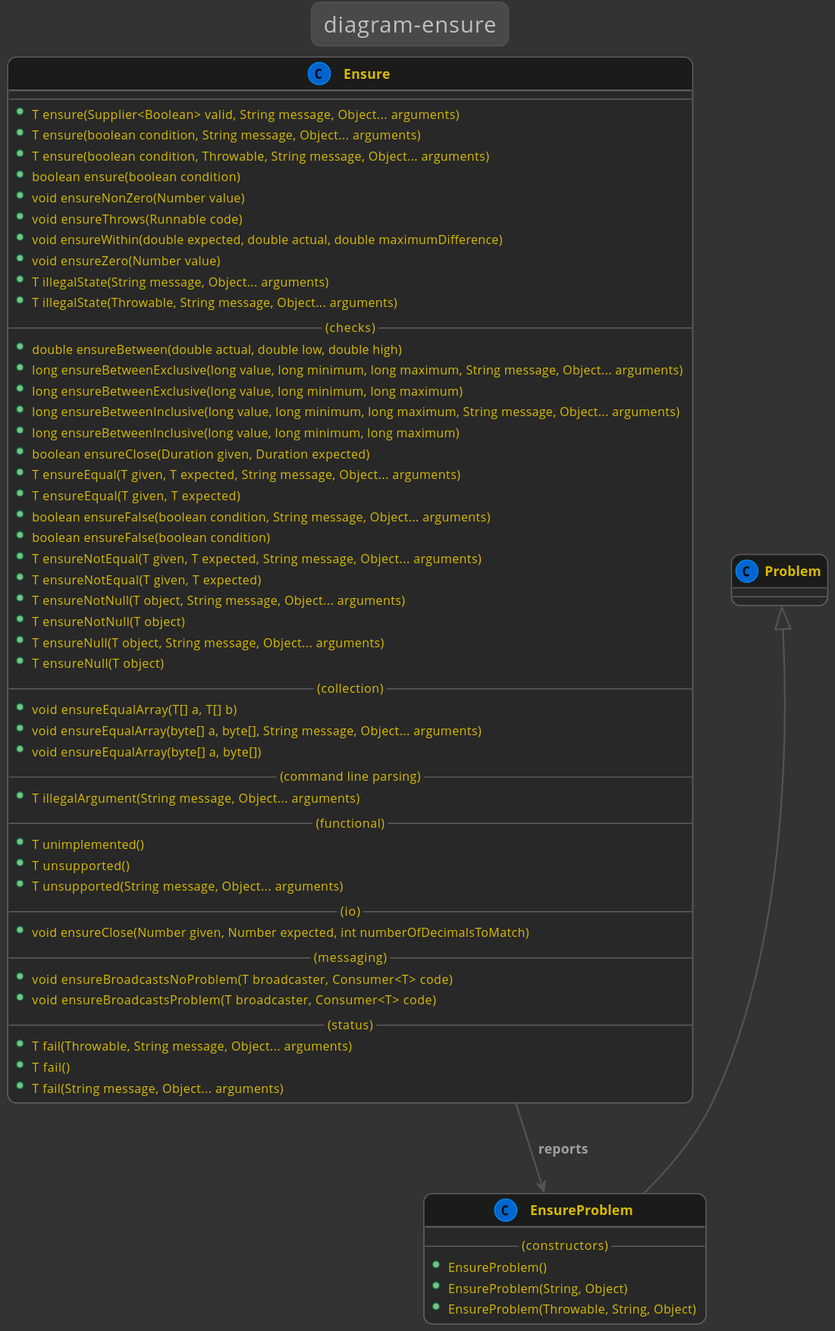
The PlantUML diagram docs/1.15.0/lexakai/kivakit-core/documentation/diagrams/diagram-ensure.svg in Telenav/kivakit-assets, before a commit. Its diagram source:
```plantuml
@startuml

    !include lexakai.theme

    title "diagram-ensure"

    Ensure --> EnsureProblem : "reports"
    class Ensure
    {
        --
        +T ensure(Supplier<Boolean> valid, String message, Object... arguments)
        +T ensure(boolean condition, String message, Object... arguments)
        +T ensure(boolean condition, Throwable, String message, Object... arguments)
        +boolean ensure(boolean condition)
        +void ensureNonZero(Number value)
        +void ensureThrows(Runnable code)
        +void ensureWithin(double expected, double actual, double maximumDifference)
        +void ensureZero(Number value)
        +T illegalState(String message, Object... arguments)
        +T illegalState(Throwable, String message, Object... arguments)
        --(checks)--
        +double ensureBetween(double actual, double low, double high)
        +long ensureBetweenExclusive(long value, long minimum, long maximum, String message, Object... arguments)
        +long ensureBetweenExclusive(long value, long minimum, long maximum)
        +long ensureBetweenInclusive(long value, long minimum, long maximum, String message, Object... arguments)
        +long ensureBetweenInclusive(long value, long minimum, long maximum)
        +boolean ensureClose(Duration given, Duration expected)
        +T ensureEqual(T given, T expected, String message, Object... arguments)
        +T ensureEqual(T given, T expected)
        +boolean ensureFalse(boolean condition, String message, Object... arguments)
        +boolean ensureFalse(boolean condition)
        +T ensureNotEqual(T given, T expected, String message, Object... arguments)
        +T ensureNotEqual(T given, T expected)
        +T ensureNotNull(T object, String message, Object... arguments)
        +T ensureNotNull(T object)
        +T ensureNull(T object, String message, Object... arguments)
        +T ensureNull(T object)
        --(collection)--
        +void ensureEqualArray(T[] a, T[] b)
        +void ensureEqualArray(byte[] a, byte[], String message, Object... arguments)
        +void ensureEqualArray(byte[] a, byte[])
        --(command line parsing)--
        +T illegalArgument(String message, Object... arguments)
        --(functional)--
        +T unimplemented()
        +T unsupported()
        +T unsupported(String message, Object... arguments)
        --(io)--
        +void ensureClose(Number given, Number expected, int numberOfDecimalsToMatch)
        --(messaging)--
        +void ensureBroadcastsNoProblem(T broadcaster, Consumer<T> code)
        +void ensureBroadcastsProblem(T broadcaster, Consumer<T> code)
        --(status)--
        +T fail(Throwable, String message, Object... arguments)
        +T fail()
        +T fail(String message, Object... arguments)
    }

    Problem <|-- EnsureProblem
    class EnsureProblem
    {
        --(constructors)--
        +EnsureProblem()
        +EnsureProblem(String, Object)
        +EnsureProblem(Throwable, String, Object)
    }

@enduml
```
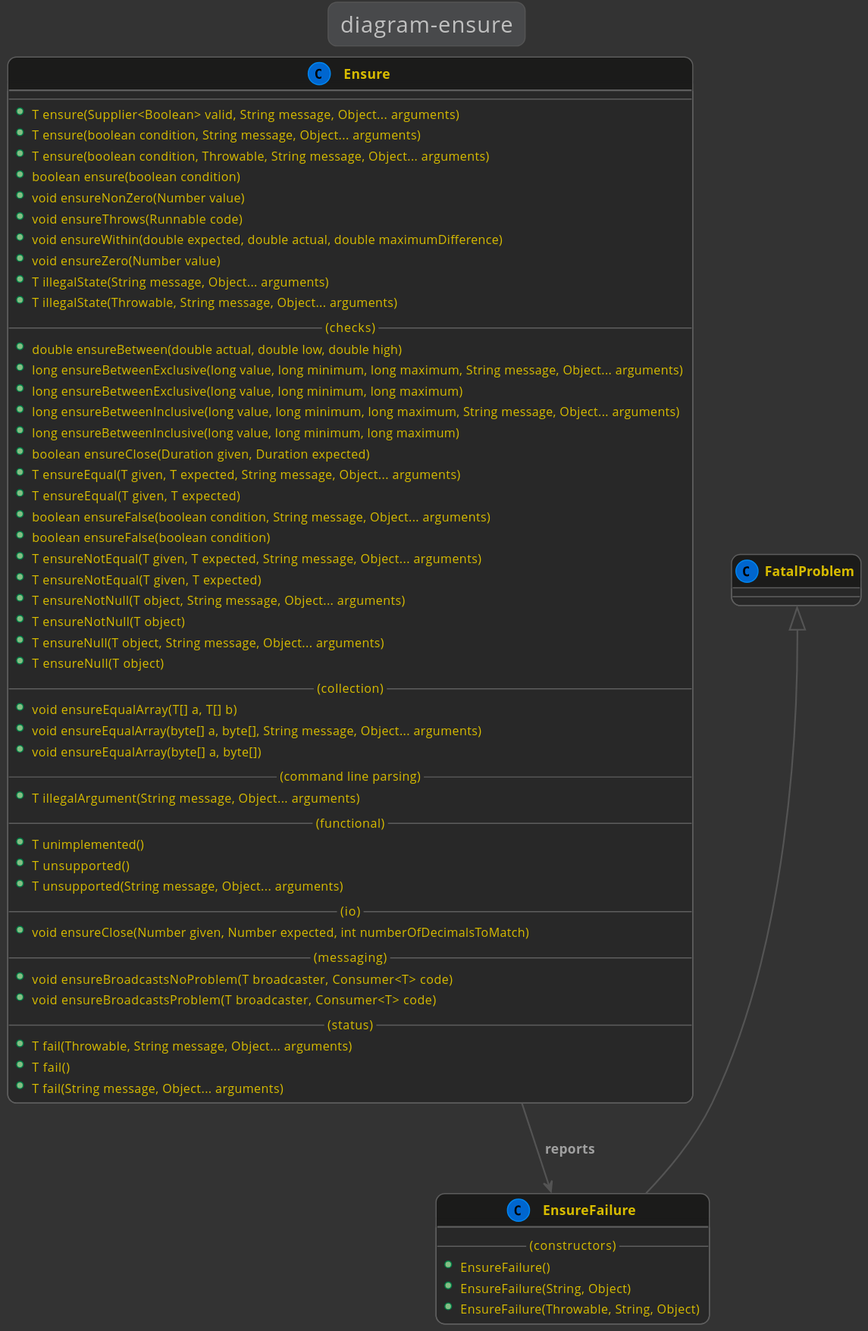
Later version of the same file.

What changed in the source:
```diff
@@ -4,7 +4,7 @@
 
     title "diagram-ensure"
 
-    Ensure --> EnsureProblem : "reports"
+    Ensure --> EnsureFailure : "reports"
     class Ensure
     {
         --
@@ -56,13 +56,13 @@
         +T fail(String message, Object... arguments)
     }
 
-    Problem <|-- EnsureProblem
-    class EnsureProblem
+    FatalProblem <|-- EnsureFailure
+    class EnsureFailure
     {
         --(constructors)--
-        +EnsureProblem()
-        +EnsureProblem(String, Object)
-        +EnsureProblem(Throwable, String, Object)
+        +EnsureFailure()
+        +EnsureFailure(String, Object)
+        +EnsureFailure(Throwable, String, Object)
     }
 
 @enduml
```
